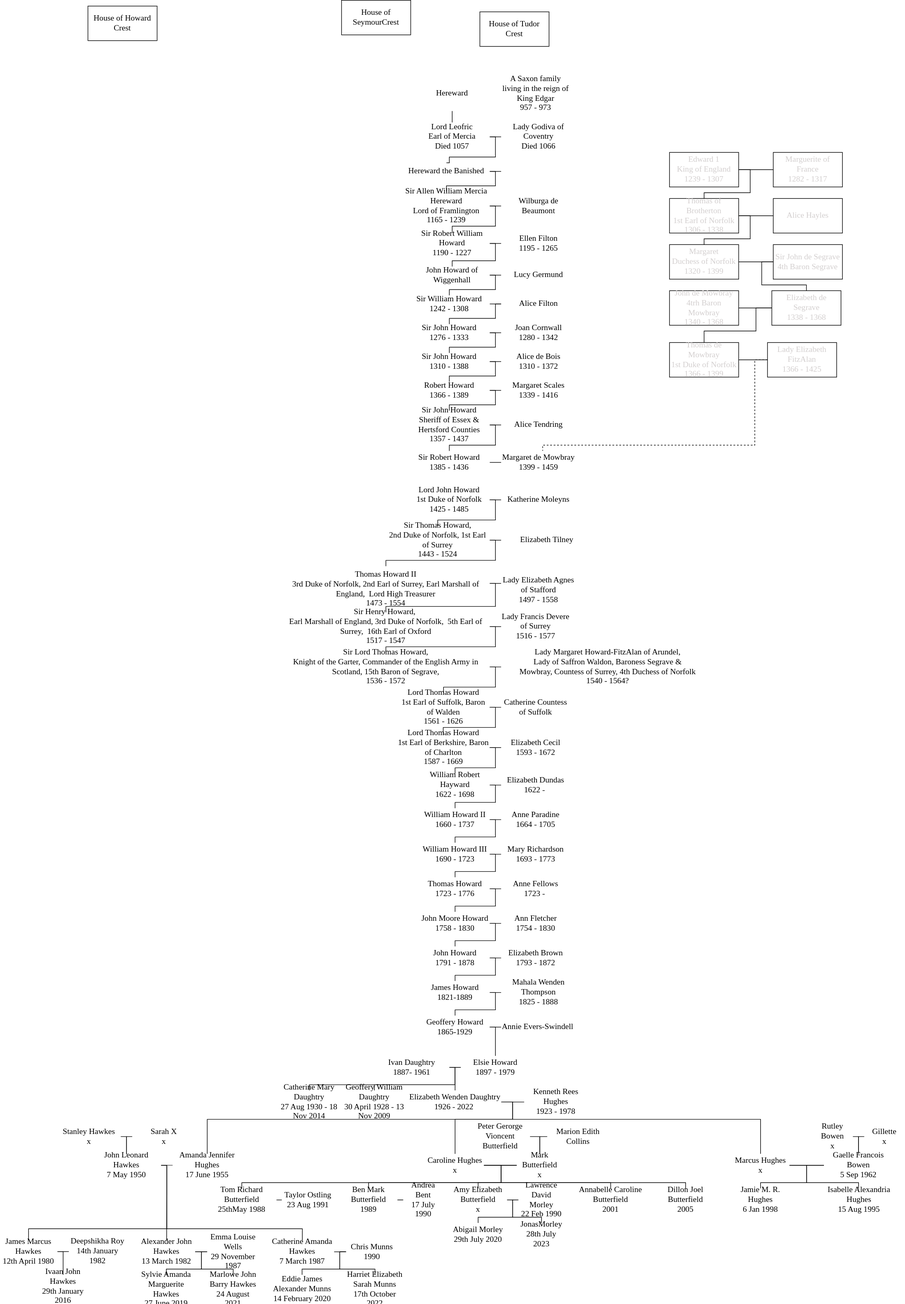
Before: familytree.drawio.svg, a diagram exported from draw.io (hawkesa1/diagrams). Source tidied: cells renumbered, new cells last; positions are measured from the earlier drawing's top-left corner, leaving out a move shared by most shapes.
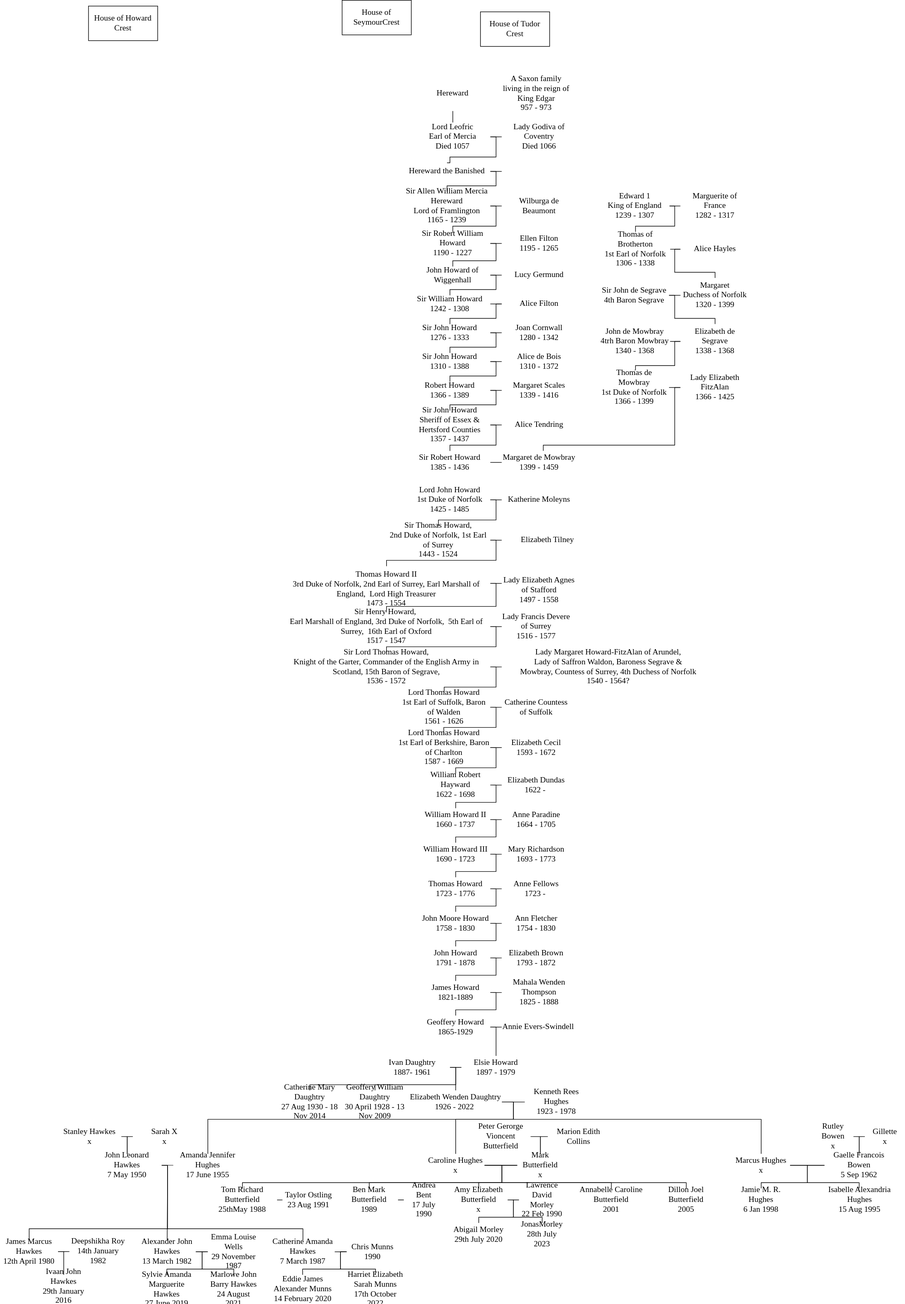
Later version of the same file.

The edit, as a diff of the source:
```diff
@@ -608,95 +608,96 @@
     <mxCell id="128" value="&lt;span&gt;Lord John Howard&lt;/span&gt;&lt;div&gt;1st Duke of Norfolk&lt;br&gt;&lt;div&gt;1425 - 1485&lt;/div&gt;&lt;/div&gt;" style="rounded=0;whiteSpace=wrap;html=1;strokeColor=none;fontSize=14;fontFamily=Tangerine;fontSource=https%3A%2F%2Ffonts.googleapis.com%2Fcss%3Ffamily%3DTangerine;fontStyle=0;" parent="1" vertex="1">
       <mxGeometry x="710" y="842" width="140" height="50" as="geometry" />
     </mxCell>
-    <mxCell id="129" style="edgeStyle=orthogonalEdgeStyle;rounded=0;jettySize=auto;html=1;exitX=1;exitY=0.5;exitDx=0;exitDy=0;entryX=0;entryY=0.5;entryDx=0;entryDy=0;endArrow=none;startFill=0;fontFamily=Tangerine;fontColor=light-dark(#d3cfcf, #ededed);fontSource=https%3A%2F%2Ffonts.googleapis.com%2Fcss%3Ffamily%3DTangerine;fontSize=14;" parent="1" edge="1" source="131" target="132">
+    <mxCell id="129" style="edgeStyle=orthogonalEdgeStyle;rounded=0;jettySize=auto;html=1;exitX=1;exitY=0.5;exitDx=0;exitDy=0;entryX=0;entryY=0.5;entryDx=0;entryDy=0;endArrow=none;startFill=0;fontFamily=Tangerine;fontColor=light-dark(#000000,#EDEDED);fontSource=https%3A%2F%2Ffonts.googleapis.com%2Fcss%3Ffamily%3DTangerine;fontSize=14;" parent="1" edge="1" source="131" target="132">
       <mxGeometry relative="1" as="geometry" />
     </mxCell>
-    <mxCell id="130" style="edgeStyle=orthogonalEdgeStyle;rounded=0;jettySize=auto;html=1;exitX=1;exitY=0.5;exitDx=0;exitDy=0;entryX=0.5;entryY=0;entryDx=0;entryDy=0;endArrow=none;startFill=0;fontFamily=Tangerine;fontColor=light-dark(#d3cfcf, #ededed);fontSource=https%3A%2F%2Ffonts.googleapis.com%2Fcss%3Ffamily%3DTangerine;fontSize=14;" parent="1" edge="1" source="131" target="135">
+    <mxCell id="130" style="edgeStyle=orthogonalEdgeStyle;rounded=0;jettySize=auto;html=1;exitX=1;exitY=0.5;exitDx=0;exitDy=0;entryX=0.5;entryY=0;entryDx=0;entryDy=0;endArrow=none;startFill=0;fontFamily=Tangerine;fontColor=light-dark(#000000,#EDEDED);fontSource=https%3A%2F%2Ffonts.googleapis.com%2Fcss%3Ffamily%3DTangerine;fontSize=14;" parent="1" edge="1" source="131" target="135">
       <mxGeometry relative="1" as="geometry">
         <Array as="points">
-          <mxPoint x="1302" y="294" />
-          <mxPoint x="1302" y="334" />
-          <mxPoint x="1222" y="334" />
+          <mxPoint x="1170" y="357" />
+          <mxPoint x="1170" y="392" />
+          <mxPoint x="1102" y="392" />
         </Array>
       </mxGeometry>
     </mxCell>
-    <mxCell id="131" value="Edward 1&lt;div&gt;King of England&lt;/div&gt;&lt;div&gt;1239 - 1307&lt;/div&gt;" style="rounded=0;whiteSpace=wrap;html=1;fontFamily=Tangerine;fontSize=14;fontColor=light-dark(#d3cfcf, #ededed);fontSource=https%3A%2F%2Ffonts.googleapis.com%2Fcss%3Ffamily%3DTangerine;" parent="1" vertex="1">
-      <mxGeometry x="1162" y="264" width="120" height="60" as="geometry" />
+    <mxCell id="131" value="Edward 1&lt;div&gt;King of England&lt;/div&gt;&lt;div&gt;1239 - 1307&lt;/div&gt;" style="rounded=0;whiteSpace=wrap;html=1;fontFamily=Tangerine;fontSize=14;fontColor=light-dark(#000000,#EDEDED);fontSource=https%3A%2F%2Ffonts.googleapis.com%2Fcss%3Ffamily%3DTangerine;strokeColor=none;" parent="1" vertex="1">
+      <mxGeometry x="1041" y="332" width="120" height="50" as="geometry" />
     </mxCell>
-    <mxCell id="132" value="Marguerite of France&lt;div&gt;1282 - 1317&lt;/div&gt;" style="rounded=0;whiteSpace=wrap;html=1;fontFamily=Tangerine;fontSize=14;fontColor=light-dark(#d3cfcf, #ededed);fontSource=https%3A%2F%2Ffonts.googleapis.com%2Fcss%3Ffamily%3DTangerine;" parent="1" vertex="1">
-      <mxGeometry x="1342" y="264" width="120" height="60" as="geometry" />
+    <mxCell id="132" value="Marguerite of France&lt;div&gt;1282 - 1317&lt;/div&gt;" style="rounded=0;whiteSpace=wrap;html=1;fontFamily=Tangerine;fontSize=14;fontColor=light-dark(#000000,#EDEDED);fontSource=https%3A%2F%2Ffonts.googleapis.com%2Fcss%3Ffamily%3DTangerine;strokeColor=none;" parent="1" vertex="1">
+      <mxGeometry x="1180" y="332" width="120" height="50" as="geometry" />
     </mxCell>
-    <mxCell id="133" style="edgeStyle=orthogonalEdgeStyle;rounded=0;jettySize=auto;html=1;exitX=1;exitY=0.5;exitDx=0;exitDy=0;entryX=0;entryY=0.5;entryDx=0;entryDy=0;endArrow=none;startFill=0;fontFamily=Tangerine;fontColor=light-dark(#d3cfcf, #ededed);fontSource=https%3A%2F%2Ffonts.googleapis.com%2Fcss%3Ffamily%3DTangerine;fontSize=14;" parent="1" edge="1" source="135" target="136">
+    <mxCell id="133" style="edgeStyle=orthogonalEdgeStyle;rounded=0;jettySize=auto;html=1;exitX=1;exitY=0.5;exitDx=0;exitDy=0;entryX=0;entryY=0.5;entryDx=0;entryDy=0;endArrow=none;startFill=0;fontFamily=Tangerine;fontColor=light-dark(#000000,#EDEDED);fontSource=https%3A%2F%2Ffonts.googleapis.com%2Fcss%3Ffamily%3DTangerine;fontSize=14;" parent="1" edge="1" source="135" target="136">
       <mxGeometry relative="1" as="geometry" />
     </mxCell>
-    <mxCell id="134" style="edgeStyle=orthogonalEdgeStyle;rounded=0;jettySize=auto;html=1;exitX=1;exitY=0.5;exitDx=0;exitDy=0;entryX=0.5;entryY=0;entryDx=0;entryDy=0;endArrow=none;startFill=0;fontFamily=Tangerine;fontColor=light-dark(#d3cfcf, #ededed);fontSource=https%3A%2F%2Ffonts.googleapis.com%2Fcss%3Ffamily%3DTangerine;fontSize=14;" parent="1" edge="1" source="135" target="138">
-      <mxGeometry relative="1" as="geometry">
-        <Array as="points">
-          <mxPoint x="1302" y="374" />
-          <mxPoint x="1302" y="414" />
-          <mxPoint x="1222" y="414" />
-        </Array>
-      </mxGeometry>
-    </mxCell>
-    <mxCell id="135" value="Thomas of Brotherton&lt;div&gt;1st Earl of Norfolk&lt;/div&gt;&lt;div&gt;1306 - 1338&lt;/div&gt;" style="rounded=0;whiteSpace=wrap;html=1;fontFamily=Tangerine;fontSize=14;fontColor=light-dark(#d3cfcf, #ededed);fontSource=https%3A%2F%2Ffonts.googleapis.com%2Fcss%3Ffamily%3DTangerine;" parent="1" vertex="1">
-      <mxGeometry x="1162" y="344" width="120" height="60" as="geometry" />
+    <mxCell id="135" value="Thomas of Brotherton&lt;div&gt;1st Earl of Norfolk&lt;/div&gt;&lt;div&gt;1306 - 1338&lt;/div&gt;" style="rounded=0;whiteSpace=wrap;html=1;fontFamily=Tangerine;fontSize=14;fontColor=light-dark(#000000,#EDEDED);fontSource=https%3A%2F%2Ffonts.googleapis.com%2Fcss%3Ffamily%3DTangerine;strokeColor=none;" parent="1" vertex="1">
+      <mxGeometry x="1042" y="402" width="120" height="60" as="geometry" />
     </mxCell>
+    <mxCell id="212" style="edgeStyle=orthogonalEdgeStyle;rounded=0;jettySize=auto;html=1;exitX=0;exitY=0.5;exitDx=0;exitDy=0;endArrow=none;startFill=0;fontColor=light-dark(#000000,#EDEDED);" parent="1" edge="1" source="136" target="138">
+      <mxGeometry relative="1" as="geometry">
+        <Array as="points">
+          <mxPoint x="1170" y="432" />
+          <mxPoint x="1170" y="472" />
+          <mxPoint x="1240" y="472" />
+        </Array>
+      </mxGeometry>
+    </mxCell>
-    <mxCell id="136" value="Alice Hayles" style="rounded=0;whiteSpace=wrap;html=1;fontFamily=Tangerine;fontSize=14;fontColor=light-dark(#d3cfcf, #ededed);fontSource=https%3A%2F%2Ffonts.googleapis.com%2Fcss%3Ffamily%3DTangerine;" parent="1" vertex="1">
-      <mxGeometry x="1342" y="344" width="120" height="60" as="geometry" />
+    <mxCell id="136" value="Alice Hayles" style="rounded=0;whiteSpace=wrap;html=1;fontFamily=Tangerine;fontSize=14;fontColor=light-dark(#000000,#EDEDED);fontSource=https%3A%2F%2Ffonts.googleapis.com%2Fcss%3Ffamily%3DTangerine;strokeColor=none;" parent="1" vertex="1">
+      <mxGeometry x="1180" y="402" width="120" height="60" as="geometry" />
     </mxCell>
-    <mxCell id="137" style="edgeStyle=orthogonalEdgeStyle;rounded=0;jettySize=auto;html=1;exitX=1;exitY=0.5;exitDx=0;exitDy=0;entryX=0;entryY=0.5;entryDx=0;entryDy=0;endArrow=none;startFill=0;fontFamily=Tangerine;fontColor=light-dark(#d3cfcf, #ededed);fontSource=https%3A%2F%2Ffonts.googleapis.com%2Fcss%3Ffamily%3DTangerine;fontSize=14;" parent="1" edge="1" source="138" target="140">
-      <mxGeometry relative="1" as="geometry" />
-    </mxCell>
-    <mxCell id="138" value="Margaret&lt;div&gt;Duchess of Norfolk&lt;/div&gt;&lt;div&gt;1320 - 1399&lt;/div&gt;" style="rounded=0;whiteSpace=wrap;html=1;fontFamily=Tangerine;fontSize=14;fontColor=light-dark(#d3cfcf, #ededed);fontSource=https%3A%2F%2Ffonts.googleapis.com%2Fcss%3Ffamily%3DTangerine;" parent="1" vertex="1">
-      <mxGeometry x="1162" y="424" width="120" height="60" as="geometry" />
+    <mxCell id="138" value="Margaret&lt;div&gt;Duchess of Norfolk&lt;/div&gt;&lt;div&gt;1320 - 1399&lt;/div&gt;" style="rounded=0;whiteSpace=wrap;html=1;fontFamily=Tangerine;fontSize=14;fontColor=light-dark(#000000,#EDEDED);fontSource=https%3A%2F%2Ffonts.googleapis.com%2Fcss%3Ffamily%3DTangerine;strokeColor=none;" parent="1" vertex="1">
+      <mxGeometry x="1180" y="482" width="120" height="60" as="geometry" />
     </mxCell>
+    <mxCell id="213" style="edgeStyle=orthogonalEdgeStyle;rounded=0;jettySize=auto;html=1;exitX=1;exitY=0.5;exitDx=0;exitDy=0;entryX=0;entryY=0.5;entryDx=0;entryDy=0;endArrow=none;startFill=0;fontColor=light-dark(#000000,#EDEDED);" parent="1" edge="1" source="140" target="138">
+      <mxGeometry relative="1" as="geometry" />
+    </mxCell>
-    <mxCell id="139" style="edgeStyle=orthogonalEdgeStyle;rounded=0;jettySize=auto;html=1;exitX=0;exitY=0.5;exitDx=0;exitDy=0;entryX=0.5;entryY=0;entryDx=0;entryDy=0;endArrow=none;startFill=0;fontFamily=Tangerine;fontColor=light-dark(#d3cfcf, #ededed);fontSource=https%3A%2F%2Ffonts.googleapis.com%2Fcss%3Ffamily%3DTangerine;fontSize=14;" parent="1" edge="1" source="140" target="144">
+    <mxCell id="139" style="edgeStyle=orthogonalEdgeStyle;rounded=0;jettySize=auto;html=1;exitX=1;exitY=0.5;exitDx=0;exitDy=0;entryX=0.5;entryY=0;entryDx=0;entryDy=0;endArrow=none;startFill=0;fontColor=light-dark(#000000,#EDEDED);" parent="1" edge="1" source="140" target="144">
       <mxGeometry relative="1" as="geometry">
         <Array as="points">
-          <mxPoint x="1322" y="454" />
-          <mxPoint x="1322" y="494" />
-          <mxPoint x="1400" y="494" />
+          <mxPoint x="1170" y="512" />
+          <mxPoint x="1170" y="552" />
+          <mxPoint x="1240" y="552" />
         </Array>
       </mxGeometry>
     </mxCell>
-    <mxCell id="140" value="Sir John de Segrave&lt;div&gt;4th Baron Segrave&lt;/div&gt;" style="rounded=0;whiteSpace=wrap;html=1;fontFamily=Tangerine;fontSize=14;fontColor=light-dark(#d3cfcf, #ededed);fontSource=https%3A%2F%2Ffonts.googleapis.com%2Fcss%3Ffamily%3DTangerine;" parent="1" vertex="1">
-      <mxGeometry x="1342" y="424" width="120" height="60" as="geometry" />
+    <mxCell id="140" value="Sir John de Segrave&lt;div&gt;4th Baron Segrave&lt;/div&gt;" style="rounded=0;whiteSpace=wrap;html=1;fontFamily=Tangerine;fontSize=14;fontColor=light-dark(#000000,#EDEDED);fontSource=https%3A%2F%2Ffonts.googleapis.com%2Fcss%3Ffamily%3DTangerine;strokeColor=none;" parent="1" vertex="1">
+      <mxGeometry x="1040" y="482" width="120" height="60" as="geometry" />
     </mxCell>
-    <mxCell id="141" style="edgeStyle=orthogonalEdgeStyle;rounded=0;jettySize=auto;html=1;exitX=1;exitY=0.5;exitDx=0;exitDy=0;endArrow=none;startFill=0;fontFamily=Tangerine;fontColor=light-dark(#d3cfcf, #ededed);fontSource=https%3A%2F%2Ffonts.googleapis.com%2Fcss%3Ffamily%3DTangerine;fontSize=14;" parent="1" edge="1" source="142" target="144">
+    <mxCell id="141" style="edgeStyle=orthogonalEdgeStyle;rounded=0;jettySize=auto;html=1;exitX=1;exitY=0.5;exitDx=0;exitDy=0;endArrow=none;startFill=0;fontFamily=Tangerine;fontColor=light-dark(#000000,#EDEDED);fontSource=https%3A%2F%2Ffonts.googleapis.com%2Fcss%3Ffamily%3DTangerine;fontSize=14;" parent="1" edge="1" source="142" target="144">
       <mxGeometry relative="1" as="geometry" />
     </mxCell>
-    <mxCell id="142" value="John de Mowbray&lt;div&gt;4trh Baron Mowbray&lt;/div&gt;&lt;div&gt;1340 - 1368&lt;/div&gt;" style="rounded=0;whiteSpace=wrap;html=1;fontFamily=Tangerine;fontSize=14;fontColor=light-dark(#d3cfcf, #ededed);fontSource=https%3A%2F%2Ffonts.googleapis.com%2Fcss%3Ffamily%3DTangerine;" parent="1" vertex="1">
-      <mxGeometry x="1162" y="504" width="120" height="60" as="geometry" />
+    <mxCell id="142" value="John de Mowbray&lt;div&gt;4trh Baron Mowbray&lt;/div&gt;&lt;div&gt;1340 - 1368&lt;/div&gt;" style="rounded=0;whiteSpace=wrap;html=1;fontFamily=Tangerine;fontSize=14;fontColor=light-dark(#000000,#EDEDED);fontSource=https%3A%2F%2Ffonts.googleapis.com%2Fcss%3Ffamily%3DTangerine;strokeColor=none;" parent="1" vertex="1">
+      <mxGeometry x="1040" y="562" width="122" height="60" as="geometry" />
     </mxCell>
-    <mxCell id="143" style="edgeStyle=orthogonalEdgeStyle;rounded=0;jettySize=auto;html=1;exitX=0;exitY=0.5;exitDx=0;exitDy=0;entryX=0.5;entryY=0;entryDx=0;entryDy=0;endArrow=none;startFill=0;fontFamily=Tangerine;fontColor=light-dark(#d3cfcf, #ededed);fontSource=https%3A%2F%2Ffonts.googleapis.com%2Fcss%3Ffamily%3DTangerine;fontSize=14;" parent="1" edge="1" source="144" target="146">
+    <mxCell id="143" style="edgeStyle=orthogonalEdgeStyle;rounded=0;jettySize=auto;html=1;exitX=0;exitY=0.5;exitDx=0;exitDy=0;entryX=0.5;entryY=0;entryDx=0;entryDy=0;endArrow=none;startFill=0;fontFamily=Tangerine;fontColor=light-dark(#000000,#EDEDED);fontSource=https%3A%2F%2Ffonts.googleapis.com%2Fcss%3Ffamily%3DTangerine;fontSize=14;" parent="1" edge="1" source="144" target="146">
       <mxGeometry relative="1" as="geometry">
         <Array as="points">
-          <mxPoint x="1312" y="534" />
-          <mxPoint x="1312" y="574" />
-          <mxPoint x="1222" y="574" />
+          <mxPoint x="1170" y="592" />
+          <mxPoint x="1170" y="634" />
+          <mxPoint x="1102" y="634" />
+          <mxPoint x="1102" y="642" />
         </Array>
       </mxGeometry>
     </mxCell>
-    <mxCell id="144" value="Elizabeth de Segrave&lt;div&gt;1338 - 1368&lt;/div&gt;" style="rounded=0;whiteSpace=wrap;html=1;fontFamily=Tangerine;fontSize=14;fontColor=light-dark(#d3cfcf, #ededed);fontSource=https%3A%2F%2Ffonts.googleapis.com%2Fcss%3Ffamily%3DTangerine;" parent="1" vertex="1">
-      <mxGeometry x="1339.5" y="504" width="120" height="60" as="geometry" />
+    <mxCell id="144" value="Elizabeth de Segrave&lt;div&gt;1338 - 1368&lt;/div&gt;" style="rounded=0;whiteSpace=wrap;html=1;fontFamily=Tangerine;fontSize=14;fontColor=light-dark(#000000,#EDEDED);fontSource=https%3A%2F%2Ffonts.googleapis.com%2Fcss%3Ffamily%3DTangerine;strokeColor=none;" parent="1" vertex="1">
+      <mxGeometry x="1180" y="562" width="120" height="60" as="geometry" />
     </mxCell>
-    <mxCell id="145" style="edgeStyle=orthogonalEdgeStyle;rounded=0;jettySize=auto;html=1;exitX=1;exitY=0.5;exitDx=0;exitDy=0;entryX=0;entryY=0.5;entryDx=0;entryDy=0;endArrow=none;startFill=0;fontFamily=Tangerine;fontColor=light-dark(#d3cfcf, #ededed);fontSource=https%3A%2F%2Ffonts.googleapis.com%2Fcss%3Ffamily%3DTangerine;fontSize=14;" parent="1" edge="1" source="146" target="148">
+    <mxCell id="145" style="edgeStyle=orthogonalEdgeStyle;rounded=0;jettySize=auto;html=1;exitX=1;exitY=0.5;exitDx=0;exitDy=0;entryX=0;entryY=0.5;entryDx=0;entryDy=0;endArrow=none;startFill=0;fontFamily=Tangerine;fontColor=light-dark(#000000,#EDEDED);fontSource=https%3A%2F%2Ffonts.googleapis.com%2Fcss%3Ffamily%3DTangerine;fontSize=14;" parent="1" edge="1" source="146" target="148">
       <mxGeometry relative="1" as="geometry" />
     </mxCell>
-    <mxCell id="146" value="Thomas de Mowbray&lt;div&gt;1st Duke of Norfolk&lt;/div&gt;&lt;div&gt;1366 - 1399&lt;/div&gt;" style="rounded=0;whiteSpace=wrap;html=1;fontFamily=Tangerine;fontSize=14;fontColor=light-dark(#d3cfcf, #ededed);fontSource=https%3A%2F%2Ffonts.googleapis.com%2Fcss%3Ffamily%3DTangerine;" parent="1" vertex="1">
-      <mxGeometry x="1162" y="594" width="120" height="60" as="geometry" />
+    <mxCell id="146" value="Thomas de Mowbray&lt;div&gt;1st Duke of Norfolk&lt;/div&gt;&lt;div&gt;1366 - 1399&lt;/div&gt;" style="rounded=0;whiteSpace=wrap;html=1;fontFamily=Tangerine;fontSize=14;fontColor=light-dark(#000000,#EDEDED);fontSource=https%3A%2F%2Ffonts.googleapis.com%2Fcss%3Ffamily%3DTangerine;strokeColor=none;" parent="1" vertex="1">
+      <mxGeometry x="1040" y="642" width="120" height="60" as="geometry" />
     </mxCell>
-    <mxCell id="147" style="edgeStyle=orthogonalEdgeStyle;rounded=0;jettySize=auto;html=1;exitX=0;exitY=0.5;exitDx=0;exitDy=0;dashed=1;fontFamily=Tangerine;fontSource=https%3A%2F%2Ffonts.googleapis.com%2Fcss%3Ffamily%3DTangerine;endArrow=none;startFill=0;fontSize=14;" parent="1" edge="1" source="148" target="151">
+    <mxCell id="147" style="edgeStyle=orthogonalEdgeStyle;rounded=0;jettySize=auto;html=1;exitX=0;exitY=0.5;exitDx=0;exitDy=0;fontFamily=Tangerine;fontSource=https%3A%2F%2Ffonts.googleapis.com%2Fcss%3Ffamily%3DTangerine;endArrow=none;startFill=0;fontSize=14;" parent="1" edge="1" source="148" target="151">
       <mxGeometry relative="1" as="geometry">
         <Array as="points">
-          <mxPoint x="1310" y="624" />
-          <mxPoint x="1310" y="772" />
+          <mxPoint x="1170" y="672" />
+          <mxPoint x="1170" y="772" />
           <mxPoint x="942" y="772" />
         </Array>
       </mxGeometry>
     </mxCell>
-    <mxCell id="148" value="Lady Elizabeth FitzAlan&lt;div&gt;1366 - 1425&lt;/div&gt;" style="rounded=0;whiteSpace=wrap;html=1;fontFamily=Tangerine;fontSize=14;fontColor=light-dark(#d3cfcf, #ededed);fontSource=https%3A%2F%2Ffonts.googleapis.com%2Fcss%3Ffamily%3DTangerine;" parent="1" vertex="1">
-      <mxGeometry x="1332" y="594" width="120" height="60" as="geometry" />
+    <mxCell id="148" value="Lady Elizabeth FitzAlan&lt;div&gt;1366 - 1425&lt;/div&gt;" style="rounded=0;whiteSpace=wrap;html=1;fontFamily=Tangerine;fontSize=14;fontColor=light-dark(#000000,#EDEDED);fontSource=https%3A%2F%2Ffonts.googleapis.com%2Fcss%3Ffamily%3DTangerine;strokeColor=none;" parent="1" vertex="1">
+      <mxGeometry x="1180" y="642" width="120" height="60" as="geometry" />
     </mxCell>
     <mxCell id="149" style="edgeStyle=orthogonalEdgeStyle;rounded=0;jettySize=auto;html=1;exitX=1;exitY=0.5;exitDx=0;exitDy=0;entryX=0;entryY=0.5;entryDx=0;entryDy=0;fontFamily=Tangerine;fontSource=https%3A%2F%2Ffonts.googleapis.com%2Fcss%3Ffamily%3DTangerine;endArrow=none;startFill=0;fontSize=14;" parent="1" edge="1" source="150" target="151">
       <mxGeometry relative="1" as="geometry">
```
